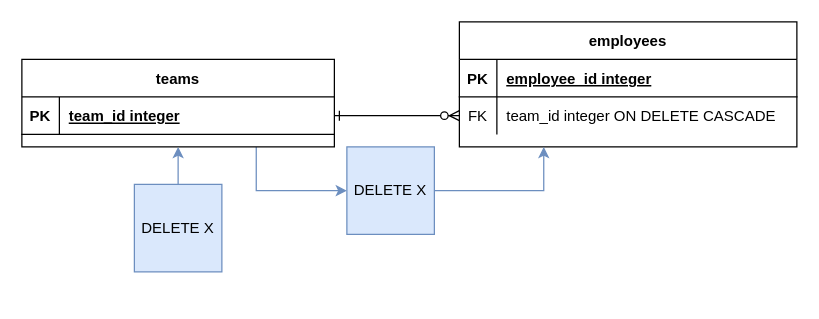
Earlier version of the draw.io diagram CascadeUpdate.drawio (mackchay/pg_FKtest). Source tidied: cells renumbered, new cells numbered last; positions are measured from the earlier drawing's top-left corner, leaving out a move shared by most shapes. Both pictures are drawn from the tidied source at 125%, with x=0, y=0 at pixel (21, 21).
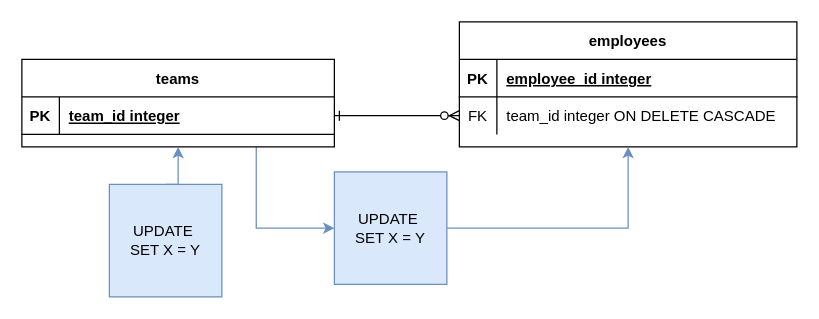
The same page after the edit.

The edit, as a diff of the source:
```diff
@@
 <mxGraphModel>
   <root>
     <mxCell id="0" />
     <mxCell id="1" parent="0" />
     <mxCell id="2" style="edgeStyle=entityRelationEdgeStyle;endArrow=ERzeroToMany;startArrow=ERone;endFill=1;startFill=0;" parent="1" edge="1" source="12" target="7">
       <mxGeometry relative="1" as="geometry" />
     </mxCell>
     <mxCell id="3" value="employees" style="shape=table;startSize=30;childLayout=tableLayout;rowLines=0;fontStyle=1;align=center;" parent="1" vertex="1">
       <mxGeometry x="350" width="270" height="100" as="geometry" />
     </mxCell>
     <mxCell id="4" style="shape=partialRectangle;fillColor=none;top=0;left=0;right=0;bottom=1;" parent="3" vertex="1">
       <mxGeometry y="30" width="270" height="30" as="geometry" />
     </mxCell>
     <mxCell id="5" value="PK" style="shape=partialRectangle;overflow=hidden;fillColor=none;top=0;left=0;bottom=0;right=0;fontStyle=1;" parent="4" vertex="1">
       <mxGeometry width="30" height="30" as="geometry" />
     </mxCell>
     <mxCell id="6" value="employee_id integer" style="shape=partialRectangle;overflow=hidden;fillColor=none;top=0;left=0;bottom=0;right=0;align=left;spacingLeft=6;fontStyle=5;" parent="4" vertex="1">
       <mxGeometry x="30" width="240" height="30" as="geometry" />
     </mxCell>
     <mxCell id="7" style="shape=partialRectangle;fillColor=none;points=[[0,0.5],[1,0.5]];portConstraint=eastwest;top=0;left=0;right=0;bottom=0;" parent="3" vertex="1">
       <mxGeometry y="60" width="270" height="30" as="geometry" />
     </mxCell>
     <mxCell id="8" value="FK" style="shape=partialRectangle;overflow=hidden;fillColor=none;top=0;left=0;bottom=0;right=0;" parent="7" vertex="1">
       <mxGeometry width="30" height="30" as="geometry" />
     </mxCell>
     <mxCell id="9" value="team_id integer ON DELETE CASCADE" style="shape=partialRectangle;overflow=hidden;fillColor=none;top=0;left=0;bottom=0;right=0;align=left;spacingLeft=6;" parent="7" vertex="1">
       <mxGeometry x="30" width="240" height="30" as="geometry" />
     </mxCell>
-    <mxCell id="10" style="edgeStyle=orthogonalEdgeStyle;rounded=0;jettySize=auto;html=1;exitX=0.75;exitY=1;exitDx=0;exitDy=0;entryX=0;entryY=0.5;entryDx=0;entryDy=0;fillColor=#dae8fc;strokeColor=#6c8ebf;" parent="1" edge="1" source="11" target="18">
-      <mxGeometry relative="1" as="geometry" />
-    </mxCell>
+    <mxCell id="19" style="edgeStyle=orthogonalEdgeStyle;rounded=0;jettySize=auto;html=1;exitX=0.75;exitY=1;exitDx=0;exitDy=0;entryX=0;entryY=0.5;entryDx=0;entryDy=0;fillColor=#dae8fc;strokeColor=#6c8ebf;" parent="1" edge="1" source="11" target="21">
+      <mxGeometry relative="1" as="geometry" />
+    </mxCell>
     <mxCell id="11" value="teams" style="shape=table;startSize=30;childLayout=tableLayout;rowLines=0;fontStyle=1;align=center;" parent="1" vertex="1">
       <mxGeometry y="30" width="250" height="70" as="geometry" />
     </mxCell>
     <mxCell id="12" style="shape=partialRectangle;fillColor=none;points=[[0,0.5],[1,0.5]];portConstraint=eastwest;top=0;left=0;right=0;bottom=1;" parent="11" vertex="1">
       <mxGeometry y="30" width="250" height="30" as="geometry" />
     </mxCell>
     <mxCell id="13" value="PK" style="shape=partialRectangle;overflow=hidden;fillColor=none;top=0;left=0;bottom=0;right=0;fontStyle=1;" parent="12" vertex="1">
       <mxGeometry width="30" height="30" as="geometry" />
     </mxCell>
     <mxCell id="14" value="team_id integer" style="shape=partialRectangle;overflow=hidden;fillColor=none;top=0;left=0;bottom=0;right=0;align=left;spacingLeft=6;fontStyle=5;" parent="12" vertex="1">
       <mxGeometry x="30" width="220" height="30" as="geometry" />
     </mxCell>
     <mxCell id="15" style="edgeStyle=orthogonalEdgeStyle;rounded=0;jettySize=auto;html=1;exitX=0.5;exitY=0;exitDx=0;exitDy=0;entryX=0.5;entryY=1;entryDx=0;entryDy=0;fillColor=#dae8fc;strokeColor=#6c8ebf;" parent="1" edge="1" source="16" target="11">
       <mxGeometry relative="1" as="geometry" />
     </mxCell>
-    <mxCell id="16" value="DELETE X" style="whiteSpace=wrap;html=1;fillColor=#dae8fc;strokeColor=#6c8ebf;" parent="1" vertex="1">
-      <mxGeometry x="90" y="130" width="70" height="70" as="geometry" />
+    <mxCell id="16" value="UPDATE&amp;nbsp;&lt;div&gt;SET X = Y&lt;/div&gt;" style="whiteSpace=wrap;html=1;fillColor=#dae8fc;strokeColor=#6c8ebf;" parent="1" vertex="1">
+      <mxGeometry x="70" y="130" width="90" height="90" as="geometry" />
     </mxCell>
-    <mxCell id="17" style="edgeStyle=orthogonalEdgeStyle;rounded=0;jettySize=auto;html=1;exitX=1;exitY=0.5;exitDx=0;exitDy=0;entryX=0.25;entryY=1;entryDx=0;entryDy=0;fillColor=#dae8fc;strokeColor=#6c8ebf;" parent="1" edge="1" source="18" target="3">
-      <mxGeometry relative="1" as="geometry" />
-    </mxCell>
-    <mxCell id="18" value="DELETE X" style="whiteSpace=wrap;html=1;fillColor=#dae8fc;strokeColor=#6c8ebf;" parent="1" vertex="1">
-      <mxGeometry x="260" y="100" width="70" height="70" as="geometry" />
-    </mxCell>
+    <mxCell id="20" style="edgeStyle=orthogonalEdgeStyle;rounded=0;jettySize=auto;html=1;exitX=1;exitY=0.5;exitDx=0;exitDy=0;entryX=0.5;entryY=1;entryDx=0;entryDy=0;fillColor=#dae8fc;strokeColor=#6c8ebf;" parent="1" edge="1" source="21" target="3">
+      <mxGeometry relative="1" as="geometry" />
+    </mxCell>
+    <mxCell id="21" value="UPDATE&amp;nbsp;&lt;div&gt;SET X = Y&lt;/div&gt;" style="whiteSpace=wrap;html=1;fillColor=#dae8fc;strokeColor=#6c8ebf;" parent="1" vertex="1">
+      <mxGeometry x="250" y="120" width="90" height="90" as="geometry" />
+    </mxCell>
   </root>
 </mxGraphModel>
```
